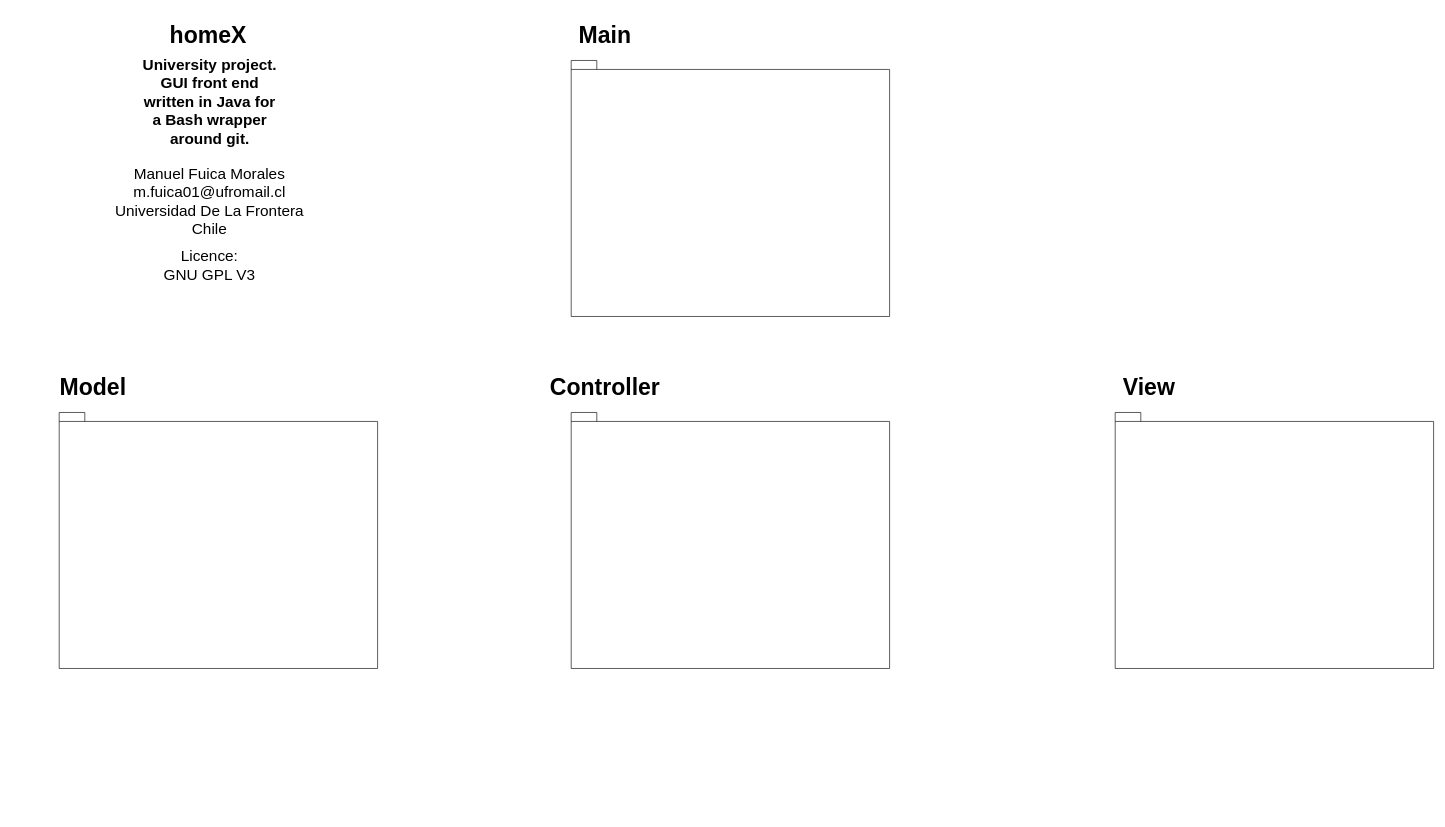
This is UML.drawio from Ma-Nu-El/homeX, a draw.io file, before an edit. Source tidied: cells renumbered, new cells numbered last; positions are measured from the earlier drawing's top-left corner, leaving out a move shared by most shapes. Both pictures are drawn from the tidied source at 64%, with x=0, y=0 at pixel (59, 28).
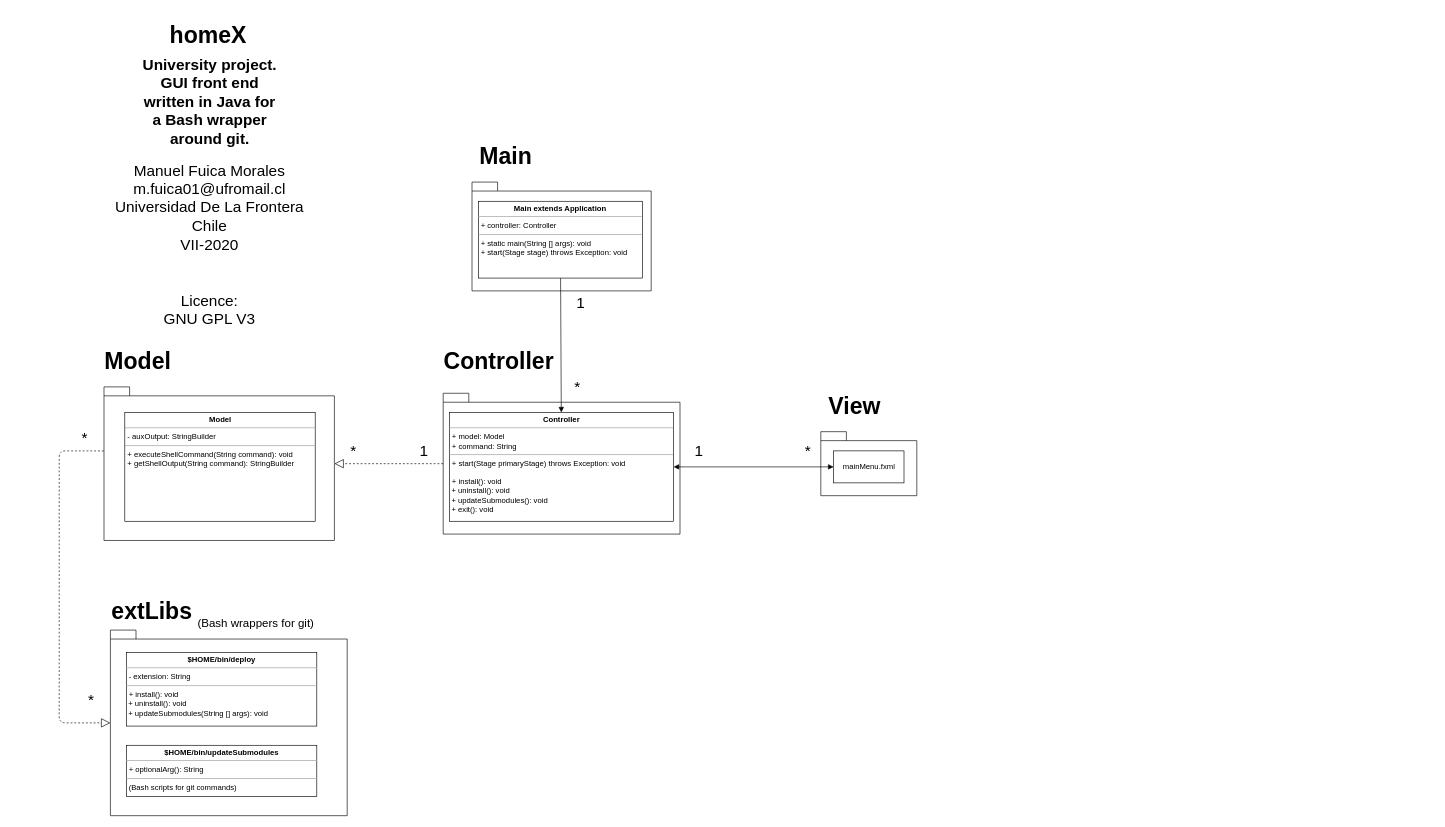
Above is the later version.

The edit, as a diff of the source:
```diff
@@
     <mxCell id="2" style="shape=folder;fontStyle=1;spacingTop=10;tabWidth=40;tabHeight=14;tabPosition=left;html=1;" parent="1" vertex="1">
-      <mxGeometry y="600" width="497.5" height="400" as="geometry" />
+      <mxGeometry x="70" y="560" width="360" height="240" as="geometry" />
     </mxCell>
@@
     <mxCell id="5" value="&lt;h1&gt;&lt;font style=&quot;font-size: 36px&quot;&gt;Model&lt;/font&gt;&lt;/h1&gt;" style="text;html=1;strokeColor=none;fillColor=none;align=center;verticalAlign=middle;whiteSpace=wrap;rounded=0;" parent="1" vertex="1">
-      <mxGeometry x="32.5" y="550" width="40" height="20" as="geometry" />
+      <mxGeometry x="102.5" y="510" width="40" height="20" as="geometry" />
     </mxCell>
-    <mxCell id="6" value="&lt;font style=&quot;font-size: 24px&quot;&gt;Manuel Fuica Morales&lt;br&gt;m.fuica01@ufromail.cl&lt;br&gt;Universidad De La Frontera&lt;br&gt;Chile&lt;br&gt;&lt;/font&gt;" style="text;html=1;strokeColor=none;fillColor=none;align=center;verticalAlign=middle;whiteSpace=wrap;rounded=0;" parent="1" vertex="1">
-      <mxGeometry x="30" y="260" width="410" height="20" as="geometry" />
+    <mxCell id="6" value="&lt;font style=&quot;font-size: 24px&quot;&gt;Manuel Fuica Morales&lt;br&gt;m.fuica01@ufromail.cl&lt;br&gt;Universidad De La Frontera&lt;br&gt;Chile&lt;br&gt;VII-2020&lt;br&gt;&lt;/font&gt;" style="text;html=1;strokeColor=none;fillColor=none;align=center;verticalAlign=middle;whiteSpace=wrap;rounded=0;" parent="1" vertex="1">
+      <mxGeometry x="30" y="270" width="410" height="20" as="geometry" />
     </mxCell>
     <mxCell id="7" value="&lt;font style=&quot;font-size: 24px&quot;&gt;Licence:&lt;br&gt;GNU GPL V3&lt;/font&gt;" style="text;html=1;strokeColor=none;fillColor=none;align=center;verticalAlign=middle;whiteSpace=wrap;rounded=0;" parent="1" vertex="1">
-      <mxGeometry x="105" y="360" width="260" height="20" as="geometry" />
+      <mxGeometry x="105" y="430" width="260" height="20" as="geometry" />
     </mxCell>
     <mxCell id="8" style="shape=folder;fontStyle=1;spacingTop=10;tabWidth=40;tabHeight=14;tabPosition=left;html=1;" parent="1" vertex="1">
-      <mxGeometry x="1650" y="600" width="497.5" height="400" as="geometry" />
+      <mxGeometry x="1190" y="630" width="150" height="100" as="geometry" />
     </mxCell>
     <mxCell id="9" value="&lt;h1&gt;&lt;font style=&quot;font-size: 36px&quot;&gt;View&lt;/font&gt;&lt;/h1&gt;" style="text;html=1;strokeColor=none;fillColor=none;align=center;verticalAlign=middle;whiteSpace=wrap;rounded=0;" parent="1" vertex="1">
-      <mxGeometry x="1682.5" y="550" width="40" height="20" as="geometry" />
+      <mxGeometry x="1222.5" y="580" width="40" height="20" as="geometry" />
     </mxCell>
     <mxCell id="10" style="shape=folder;fontStyle=1;spacingTop=10;tabWidth=40;tabHeight=14;tabPosition=left;html=1;" parent="1" vertex="1">
-      <mxGeometry x="800" y="50" width="497.5" height="400" as="geometry" />
+      <mxGeometry x="645" y="240" width="280" height="170" as="geometry" />
     </mxCell>
     <mxCell id="11" value="&lt;h1&gt;&lt;span style=&quot;font-size: 36px&quot;&gt;Main&lt;/span&gt;&lt;/h1&gt;" style="text;html=1;strokeColor=none;fillColor=none;align=center;verticalAlign=middle;whiteSpace=wrap;rounded=0;" parent="1" vertex="1">
-      <mxGeometry x="832.5" width="40" height="20" as="geometry" />
+      <mxGeometry x="677.5" y="190" width="40" height="20" as="geometry" />
     </mxCell>
-    <mxCell id="12" style="shape=folder;fontStyle=1;spacingTop=10;tabWidth=40;tabHeight=14;tabPosition=left;html=1;" parent="1" vertex="1">
-      <mxGeometry x="800" y="600" width="497.5" height="400" as="geometry" />
-    </mxCell>
     <mxCell id="13" value="&lt;h1&gt;&lt;span style=&quot;font-size: 36px&quot;&gt;Controller&lt;/span&gt;&lt;/h1&gt;" style="text;html=1;strokeColor=none;fillColor=none;align=center;verticalAlign=middle;whiteSpace=wrap;rounded=0;" parent="1" vertex="1">
-      <mxGeometry x="832.5" y="550" width="40" height="20" as="geometry" />
+      <mxGeometry x="632.5" y="510" width="107.5" height="20" as="geometry" />
     </mxCell>
+    <mxCell id="14" value="&lt;p style=&quot;margin: 0px ; margin-top: 4px ; text-align: center&quot;&gt;&lt;b&gt;Main extends Application&lt;/b&gt;&lt;/p&gt;&lt;hr size=&quot;1&quot;&gt;&lt;p style=&quot;margin: 0px ; margin-left: 4px&quot;&gt;&lt;span&gt;+ controller: Controller&lt;/span&gt;&lt;br&gt;&lt;/p&gt;&lt;hr size=&quot;1&quot;&gt;&lt;p style=&quot;margin: 0px ; margin-left: 4px&quot;&gt;&lt;span&gt;+ static main(String [] args): void&lt;/span&gt;&lt;br&gt;&lt;/p&gt;&lt;p style=&quot;margin: 0px ; margin-left: 4px&quot;&gt;+ start(Stage stage) throws Exception: void&lt;/p&gt;" style="verticalAlign=top;align=left;overflow=fill;fontSize=12;fontFamily=Helvetica;html=1;" parent="1" vertex="1">
+      <mxGeometry x="655" y="270" width="256.2" height="120" as="geometry" />
+    </mxCell>
+    <mxCell id="15" style="shape=folder;fontStyle=1;spacingTop=10;tabWidth=40;tabHeight=14;tabPosition=left;html=1;" parent="1" vertex="1">
+      <mxGeometry x="600" y="570" width="370" height="220" as="geometry" />
+    </mxCell>
+    <mxCell id="16" value="&lt;p style=&quot;margin: 4px 0px 0px ; text-align: center&quot;&gt;&lt;b&gt;Controller&lt;/b&gt;&lt;/p&gt;&lt;hr size=&quot;1&quot;&gt;&lt;p style=&quot;margin: 0px 0px 0px 4px&quot;&gt;&lt;span&gt;+ model: Model&lt;/span&gt;&lt;br&gt;&lt;/p&gt;&lt;p style=&quot;margin: 0px 0px 0px 4px&quot;&gt;+ command: String&lt;/p&gt;&lt;hr size=&quot;1&quot;&gt;&lt;p style=&quot;margin: 0px 0px 0px 4px&quot;&gt;&lt;span&gt;+ start(Stage primaryStage) throws Exception: void&lt;/span&gt;&lt;/p&gt;&lt;p style=&quot;margin: 0px 0px 0px 4px&quot;&gt;&lt;span&gt;&lt;br&gt;&lt;/span&gt;&lt;/p&gt;&lt;p style=&quot;margin: 0px 0px 0px 4px&quot;&gt;&lt;span&gt;+ install(): void&lt;/span&gt;&lt;/p&gt;&lt;span&gt;&amp;nbsp;+ uninstall(): void&lt;/span&gt;&lt;span&gt;&amp;nbsp;&lt;br&gt;&amp;nbsp;+ updateSubmodules(): void&lt;br&gt;&lt;/span&gt;&lt;span&gt;&amp;nbsp;+ exit(): void&lt;br&gt;&lt;/span&gt;&lt;span&gt;&amp;nbsp;&lt;/span&gt;&lt;span&gt;&lt;br&gt;&lt;/span&gt;" style="verticalAlign=top;align=left;overflow=fill;fontSize=12;fontFamily=Helvetica;html=1;" parent="1" vertex="1">
+      <mxGeometry x="610" y="600" width="350" height="170" as="geometry" />
+    </mxCell>
+    <mxCell id="17" value="&lt;p style=&quot;margin: 4px 0px 0px ; text-align: center&quot;&gt;&lt;b&gt;Model&lt;/b&gt;&lt;/p&gt;&lt;hr size=&quot;1&quot;&gt;&lt;p style=&quot;margin: 0px 0px 0px 4px&quot;&gt;&lt;span&gt;- auxOutput: StringBuilder&lt;/span&gt;&lt;br&gt;&lt;/p&gt;&lt;hr size=&quot;1&quot;&gt;&lt;p style=&quot;margin: 0px 0px 0px 4px&quot;&gt;&lt;span&gt;+ executeShellCommand(String command): void&lt;/span&gt;&lt;/p&gt;&lt;p style=&quot;margin: 0px 0px 0px 4px&quot;&gt;+ getShellOutput(String command): StringBuilder&lt;/p&gt;&lt;p style=&quot;margin: 0px 0px 0px 4px&quot;&gt;&lt;/p&gt;&lt;span&gt;&lt;br&gt;&lt;/span&gt;" style="verticalAlign=top;align=left;overflow=fill;fontSize=12;fontFamily=Helvetica;html=1;" parent="1" vertex="1">
+      <mxGeometry x="102.5" y="600" width="297.5" height="170" as="geometry" />
+    </mxCell>
+    <mxCell id="18" value="mainMenu.fxml" style="html=1;" parent="1" vertex="1">
+      <mxGeometry x="1210" y="660" width="110" height="50" as="geometry" />
+    </mxCell>
+    <mxCell id="19" style="shape=folder;fontStyle=1;spacingTop=10;tabWidth=40;tabHeight=14;tabPosition=left;html=1;" parent="1" vertex="1">
+      <mxGeometry x="80" y="940" width="370" height="290" as="geometry" />
+    </mxCell>
+    <mxCell id="20" value="&lt;h1&gt;&lt;font style=&quot;font-size: 36px&quot;&gt;extLibs&lt;/font&gt;&lt;/h1&gt;" style="text;html=1;strokeColor=none;fillColor=none;align=center;verticalAlign=middle;whiteSpace=wrap;rounded=0;" parent="1" vertex="1">
+      <mxGeometry x="-75" y="900" width="440" height="20" as="geometry" />
+    </mxCell>
+    <mxCell id="21" value="&lt;p style=&quot;margin: 4px 0px 0px ; text-align: center&quot;&gt;&lt;b&gt;$HOME/bin/deploy&lt;/b&gt;&lt;/p&gt;&lt;hr size=&quot;1&quot;&gt;&lt;p style=&quot;margin: 0px 0px 0px 4px&quot;&gt;- extension: String&lt;/p&gt;&lt;hr size=&quot;1&quot;&gt;&lt;p style=&quot;margin: 0px 0px 0px 4px&quot;&gt;+ install(): void&lt;/p&gt;&lt;p style=&quot;margin: 0px 0px 0px 4px&quot;&gt;&lt;/p&gt;&lt;span&gt;&amp;nbsp;+ uninstall(): void&lt;br&gt;&amp;nbsp;+ updateSubmodules(String [] args): void&lt;br&gt;&lt;/span&gt;" style="verticalAlign=top;align=left;overflow=fill;fontSize=12;fontFamily=Helvetica;html=1;" parent="1" vertex="1">
+      <mxGeometry x="105" y="975" width="297.5" height="115" as="geometry" />
+    </mxCell>
+    <mxCell id="22" value="&lt;p style=&quot;margin: 4px 0px 0px ; text-align: center&quot;&gt;&lt;b&gt;$HOME/bin/updateSubmodules&lt;/b&gt;&lt;/p&gt;&lt;hr size=&quot;1&quot;&gt;&lt;p style=&quot;margin: 0px 0px 0px 4px&quot;&gt;+ optionalArg(): String&lt;/p&gt;&lt;hr size=&quot;1&quot;&gt;&lt;p style=&quot;margin: 0px 0px 0px 4px&quot;&gt;(Bash scripts for git commands)&lt;/p&gt;&lt;span&gt;&lt;br&gt;&lt;/span&gt;" style="verticalAlign=top;align=left;overflow=fill;fontSize=12;fontFamily=Helvetica;html=1;" parent="1" vertex="1">
+      <mxGeometry x="105" y="1120" width="297.5" height="80" as="geometry" />
+    </mxCell>
+    <mxCell id="23" value="&lt;p&gt;&lt;font style=&quot;font-size: 18px&quot;&gt;(Bash wrappers for git)&lt;/font&gt;&lt;/p&gt;" style="text;html=1;strokeColor=none;fillColor=none;align=center;verticalAlign=middle;whiteSpace=wrap;rounded=0;" parent="1" vertex="1">
+      <mxGeometry x="210" y="920" width="195" height="20" as="geometry" />
+    </mxCell>
+    <mxCell id="24" style="endArrow=block;dashed=1;endFill=0;endSize=12;html=1;exitX=-0.001;exitY=0.417;exitDx=0;exitDy=0;exitPerimeter=0;" parent="1" edge="1" source="2" target="19">
+      <mxGeometry relative="1" as="geometry">
+        <Array as="points">
+          <mxPoint y="660" />
+          <mxPoint y="1085" />
+        </Array>
+      </mxGeometry>
+    </mxCell>
+    <mxCell id="25" style="endArrow=block;dashed=1;endFill=0;endSize=12;html=1;" parent="1" edge="1" source="15" target="2">
+      <mxGeometry relative="1" as="geometry" />
+    </mxCell>
+    <mxCell id="26" style="html=1;verticalAlign=bottom;endArrow=block;" parent="1" edge="1" source="14" target="16">
+      <mxGeometry relative="1" as="geometry" />
+    </mxCell>
+    <mxCell id="27" value="&lt;font style=&quot;font-size: 24px&quot;&gt;1&lt;/font&gt;" style="text;html=1;strokeColor=none;fillColor=none;align=center;verticalAlign=middle;whiteSpace=wrap;rounded=0;" parent="1" vertex="1">
+      <mxGeometry x="795" y="420" width="40" height="20" as="geometry" />
+    </mxCell>
+    <mxCell id="28" value="&lt;font style=&quot;font-size: 24px&quot;&gt;*&lt;/font&gt;" style="text;html=1;strokeColor=none;fillColor=none;align=center;verticalAlign=middle;whiteSpace=wrap;rounded=0;" parent="1" vertex="1">
+      <mxGeometry x="790" y="550" width="40" height="20" as="geometry" />
+    </mxCell>
+    <mxCell id="29" value="&lt;font style=&quot;font-size: 24px&quot;&gt;1&lt;/font&gt;" style="text;html=1;strokeColor=none;fillColor=none;align=center;verticalAlign=middle;whiteSpace=wrap;rounded=0;" parent="1" vertex="1">
+      <mxGeometry x="980" y="650" width="40" height="20" as="geometry" />
+    </mxCell>
+    <mxCell id="30" value="&lt;font style=&quot;font-size: 24px&quot;&gt;*&lt;/font&gt;" style="text;html=1;strokeColor=none;fillColor=none;align=center;verticalAlign=middle;whiteSpace=wrap;rounded=0;" parent="1" vertex="1">
+      <mxGeometry x="1150" y="650" width="40" height="20" as="geometry" />
+    </mxCell>
+    <mxCell id="31" style="endArrow=block;startArrow=block;endFill=1;startFill=1;html=1;" parent="1" edge="1" source="16" target="18">
+      <mxGeometry relative="1" as="geometry" />
+    </mxCell>
+    <mxCell id="32" value="&lt;font style=&quot;font-size: 24px&quot;&gt;1&lt;/font&gt;" style="text;html=1;strokeColor=none;fillColor=none;align=center;verticalAlign=middle;whiteSpace=wrap;rounded=0;" parent="1" vertex="1">
+      <mxGeometry x="550" y="650" width="40" height="20" as="geometry" />
+    </mxCell>
+    <mxCell id="33" value="&lt;font style=&quot;font-size: 24px&quot;&gt;*&lt;/font&gt;" style="text;html=1;strokeColor=none;fillColor=none;align=center;verticalAlign=middle;whiteSpace=wrap;rounded=0;" parent="1" vertex="1">
+      <mxGeometry x="440" y="650" width="40" height="20" as="geometry" />
+    </mxCell>
+    <mxCell id="34" value="&lt;font style=&quot;font-size: 24px&quot;&gt;*&lt;/font&gt;" style="text;html=1;strokeColor=none;fillColor=none;align=center;verticalAlign=middle;whiteSpace=wrap;rounded=0;" parent="1" vertex="1">
+      <mxGeometry x="20" y="630" width="40" height="20" as="geometry" />
+    </mxCell>
+    <mxCell id="35" value="&lt;font style=&quot;font-size: 24px&quot;&gt;*&lt;/font&gt;" style="text;html=1;strokeColor=none;fillColor=none;align=center;verticalAlign=middle;whiteSpace=wrap;rounded=0;" parent="1" vertex="1">
+      <mxGeometry x="30" y="1040" width="40" height="20" as="geometry" />
+    </mxCell>
```
